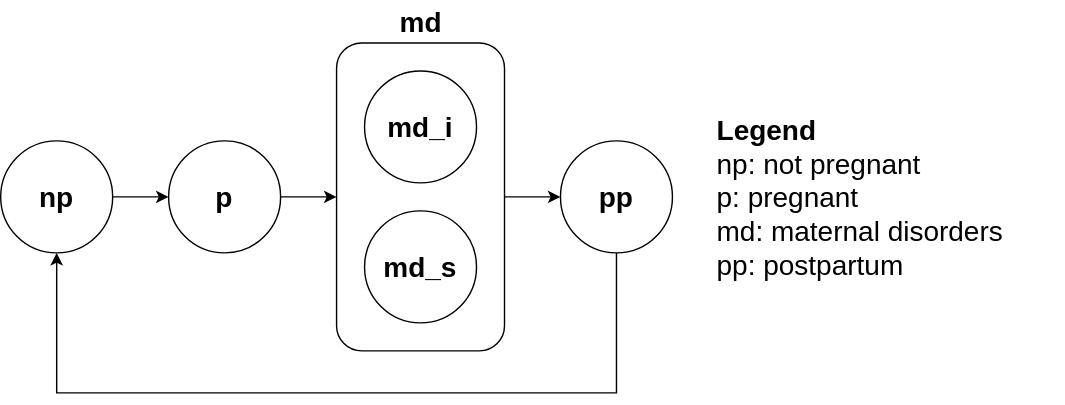
Above: docs/source/other_models/pregnancy/diagram.svg in ihmeuw/vivarium_research (draw.io), before the change. Source tidied: cells renumbered, new cells last; positions are measured from the earlier drawing's top-left corner, leaving out a move shared by most shapes.
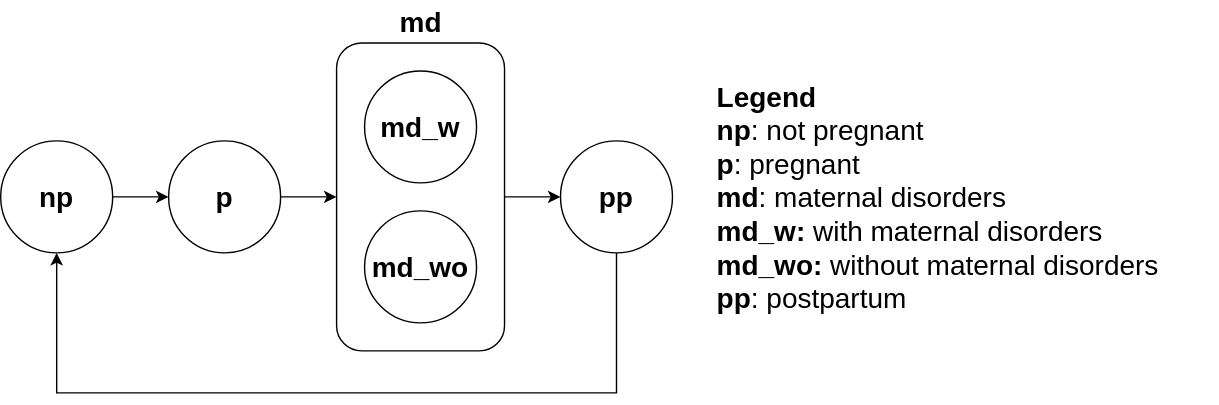
Above is the later version.

Commit message:
update state nomenclature

Change to the diagram source:
```diff
@@ -25,8 +25,8 @@
     <mxCell id="7" value="p" style="ellipse;whiteSpace=wrap;html=1;fontSize=20;fontStyle=1;" parent="1" vertex="1">
       <mxGeometry x="120" y="100" width="80" height="80" as="geometry" />
     </mxCell>
-    <mxCell id="8" value="&lt;div style=&quot;font-size: 20px&quot;&gt;&lt;span style=&quot;font-size: 20px&quot;&gt;Legend&lt;/span&gt;&lt;/div&gt;&lt;div style=&quot;font-size: 20px&quot;&gt;&lt;span style=&quot;font-size: 20px ; font-weight: normal&quot;&gt;np: not pregnant&lt;/span&gt;&lt;/div&gt;&lt;span style=&quot;font-weight: normal&quot;&gt;p: pregnant&lt;br&gt;md: maternal disorders&lt;br style=&quot;font-size: 20px&quot;&gt;pp: postpartum&lt;/span&gt;" style="text;html=1;strokeColor=none;fillColor=none;align=left;verticalAlign=middle;whiteSpace=wrap;rounded=0;fontSize=20;fontStyle=1;" parent="1" vertex="1">
-      <mxGeometry x="510" y="100" width="250" height="80" as="geometry" />
+    <mxCell id="8" value="&lt;div style=&quot;font-size: 20px&quot;&gt;&lt;span style=&quot;font-size: 20px&quot;&gt;Legend&lt;/span&gt;&lt;/div&gt;&lt;div style=&quot;font-size: 20px&quot;&gt;&lt;span style=&quot;font-size: 20px&quot;&gt;np&lt;/span&gt;&lt;span style=&quot;font-size: 20px ; font-weight: normal&quot;&gt;: not pregnant&lt;/span&gt;&lt;/div&gt;p&lt;span style=&quot;font-weight: normal&quot;&gt;: pregnant&lt;/span&gt;&lt;br&gt;md&lt;span style=&quot;font-weight: normal&quot;&gt;: maternal disorders&lt;br&gt;&lt;/span&gt;md_w: &lt;span style=&quot;font-weight: normal&quot;&gt;with maternal disorders&lt;/span&gt;&lt;br&gt;md_wo: &lt;span style=&quot;font-weight: normal&quot;&gt;without maternal disorders&lt;/span&gt;&lt;br style=&quot;font-size: 20px&quot;&gt;pp&lt;span style=&quot;font-weight: normal&quot;&gt;: postpartum&lt;/span&gt;" style="text;html=1;strokeColor=none;fillColor=none;align=left;verticalAlign=middle;whiteSpace=wrap;rounded=0;fontSize=20;fontStyle=1;" parent="1" vertex="1">
+      <mxGeometry x="510" y="60" width="360" height="160" as="geometry" />
     </mxCell>
     <mxCell id="9" style="edgeStyle=orthogonalEdgeStyle;rounded=0;jettySize=auto;html=1;entryX=0;entryY=0.5;entryDx=0;entryDy=0;fontSize=20;" parent="1" edge="1" source="10" target="5">
       <mxGeometry relative="1" as="geometry" />
@@ -34,10 +34,10 @@
     <mxCell id="10" style="rounded=1;whiteSpace=wrap;html=1;fontSize=20;fontStyle=1;" parent="1" vertex="1">
       <mxGeometry x="240" y="30" width="120" height="220" as="geometry" />
     </mxCell>
-    <mxCell id="11" value="md_i" style="ellipse;whiteSpace=wrap;html=1;fontSize=20;fontStyle=1;" parent="1" vertex="1">
+    <mxCell id="11" value="md_w" style="ellipse;whiteSpace=wrap;html=1;fontSize=20;fontStyle=1;" parent="1" vertex="1">
       <mxGeometry x="260" y="50" width="80" height="80" as="geometry" />
     </mxCell>
-    <mxCell id="12" value="md_s" style="ellipse;whiteSpace=wrap;html=1;fontSize=20;fontStyle=1;" parent="1" vertex="1">
+    <mxCell id="12" value="md_wo" style="ellipse;whiteSpace=wrap;html=1;fontSize=20;fontStyle=1;" parent="1" vertex="1">
       <mxGeometry x="260" y="150" width="80" height="80" as="geometry" />
     </mxCell>
     <mxCell id="13" value="&lt;b&gt;md&lt;/b&gt;" style="text;html=1;align=center;verticalAlign=middle;strokeColor=none;fillColor=none;fontSize=20;" parent="1" vertex="1">
```
